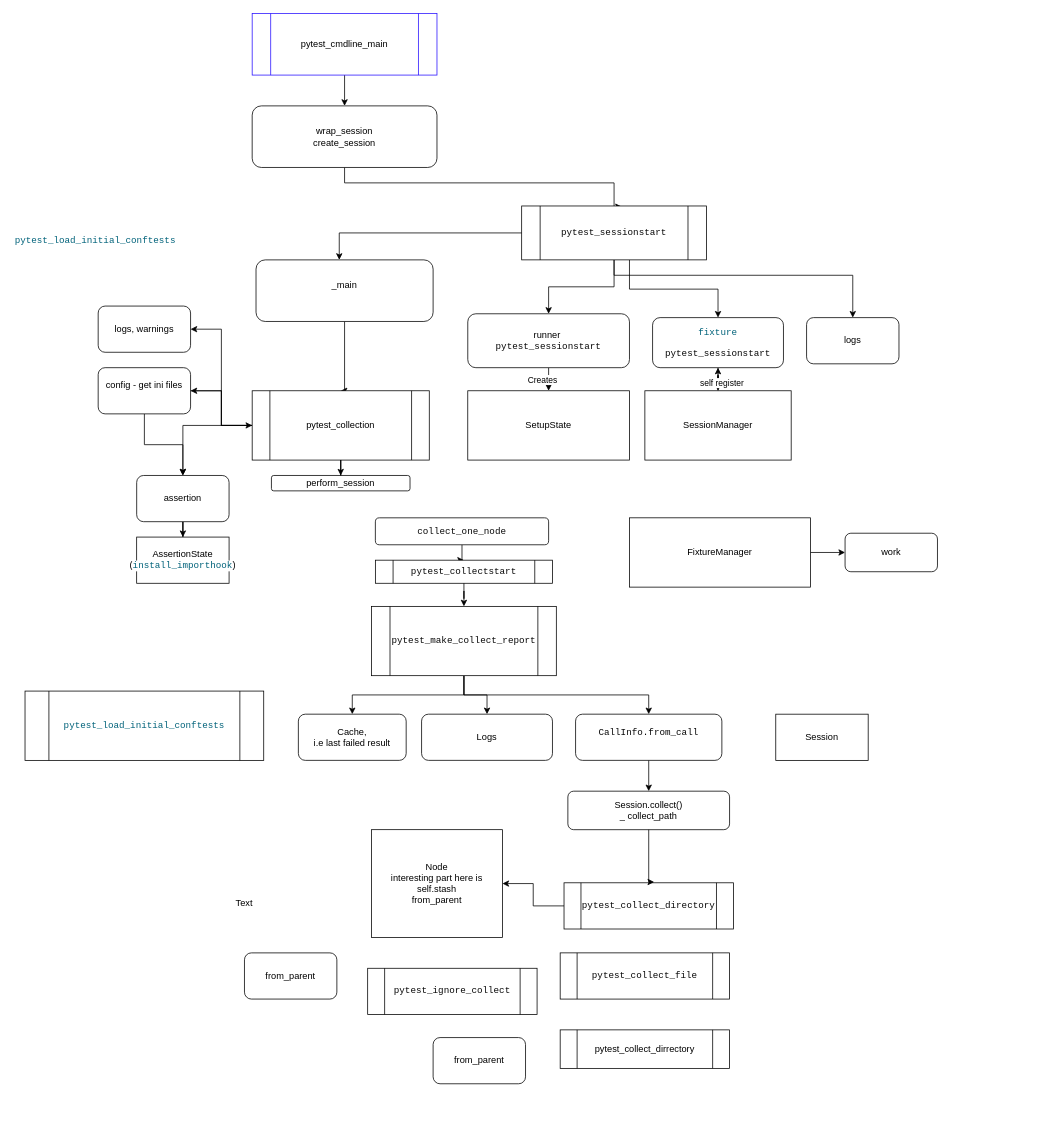
This is Диаграмма без названия.drawio from Tusenka/test, a draw.io file, before an edit. Source tidied: cells renumbered, new cells numbered last; positions are measured from the earlier drawing's top-left corner, leaving out a move shared by most shapes. Both pictures are drawn from the tidied source at 77%, with x=0, y=0 at pixel (13, 13).
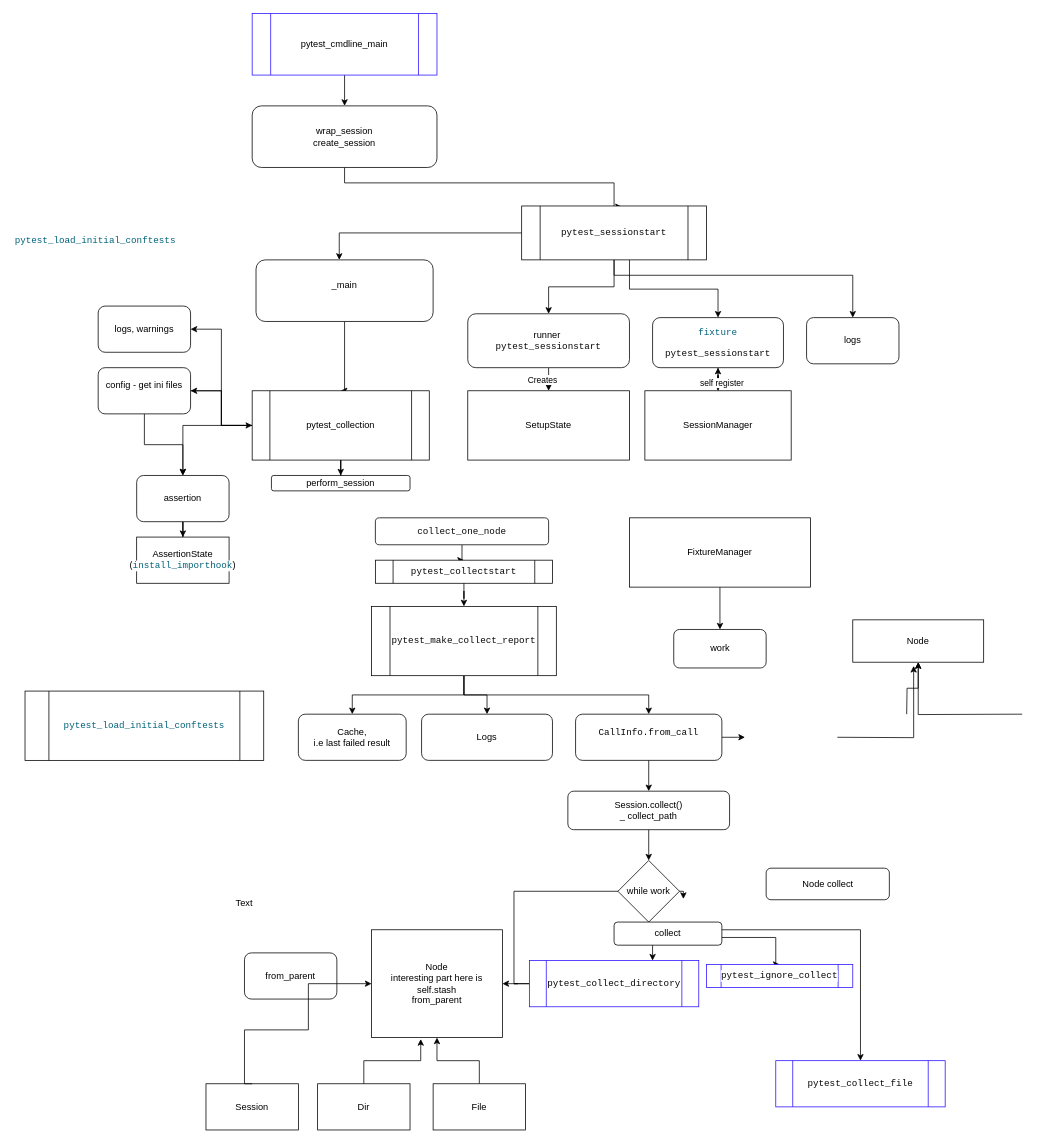
The same diagram, later.

The change refers to these unchanged cells:
```xml
<mxCell id="48" value="&lt;div&gt;&lt;span style=&quot;font-family: &amp;quot;JetBrains Mono&amp;quot;, monospace; background-color: light-dark(rgb(255, 255, 255), rgb(18, 18, 18)); color: light-dark(rgb(8, 8, 8), rgb(230, 230, 230));&quot;&gt;CallInfo.from_call&lt;/span&gt;&lt;/div&gt;&lt;div&gt;&lt;br&gt;&lt;/div&gt;" style="rounded=1;whiteSpace=wrap;html=1;" parent="1" vertex="1">
  <mxGeometry x="730" y="910" width="190" height="60" as="geometry" />
</mxCell>
<mxCell id="54" value="Session.collect()&lt;div&gt;_ collect_path&lt;/div&gt;" style="rounded=1;whiteSpace=wrap;html=1;" parent="1" vertex="1">
  <mxGeometry x="720" y="1010" width="210" height="50" as="geometry" />
</mxCell>
```

Change to the diagram source:
```diff
@@
+    <mxCell id="65" style="edgeStyle=orthogonalEdgeStyle;rounded=0;jettySize=auto;html=1;entryX=0;entryY=0.5;entryDx=0;entryDy=0;" parent="1" edge="1" source="48">
+      <mxGeometry relative="1" as="geometry">
+        <mxPoint x="950" y="940" as="targetPoint" />
+      </mxGeometry>
+    </mxCell>
@@
     <mxCell id="49" value="work" style="rounded=1;whiteSpace=wrap;html=1;" parent="1" vertex="1">
-      <mxGeometry x="1080" y="675" width="120" height="50" as="geometry" />
+      <mxGeometry x="857.5" y="800" width="120" height="50" as="geometry" />
     </mxCell>
@@
-    <mxCell id="53" value="Session" style="rounded=0;whiteSpace=wrap;html=1;" parent="1" vertex="1">
-      <mxGeometry x="990" y="910" width="120" height="60" as="geometry" />
-    </mxCell>
+    <mxCell id="66" style="edgeStyle=orthogonalEdgeStyle;rounded=0;jettySize=auto;html=1;entryX=0.5;entryY=0;entryDx=0;entryDy=0;" parent="1" edge="1" source="54" target="72">
+      <mxGeometry relative="1" as="geometry" />
+    </mxCell>
@@
+    <mxCell id="67" style="edgeStyle=orthogonalEdgeStyle;rounded=0;jettySize=auto;html=1;" parent="1" edge="1" source="56">
+      <mxGeometry relative="1" as="geometry">
+        <mxPoint x="870" y="1150" as="targetPoint" />
+        <Array as="points">
+          <mxPoint x="650" y="1260" />
+          <mxPoint x="650" y="1140" />
+          <mxPoint x="870" y="1140" />
+        </Array>
+      </mxGeometry>
+    </mxCell>
+    <mxCell id="68" style="edgeStyle=orthogonalEdgeStyle;rounded=0;jettySize=auto;html=1;entryX=0.5;entryY=0;entryDx=0;entryDy=0;exitX=0.898;exitY=0.956;exitDx=0;exitDy=0;exitPerimeter=0;" parent="1" edge="1" source="82" target="64">
+      <mxGeometry relative="1" as="geometry">
+        <Array as="points">
+          <mxPoint x="906" y="1200" />
+          <mxPoint x="990" y="1200" />
+          <mxPoint x="990" y="1235" />
+        </Array>
+      </mxGeometry>
+    </mxCell>
-    <mxCell id="56" value="&lt;div style=&quot;background-color:#ffffff;color:#080808&quot;&gt;&lt;pre style=&quot;font-family:'JetBrains Mono',monospace;font-size:9,0pt;&quot;&gt;pytest_collect_directory&lt;/pre&gt;&lt;/div&gt;" style="shape=process;whiteSpace=wrap;html=1;backgroundOutline=1;" parent="1" vertex="1">
-      <mxGeometry x="715" y="1129" width="220" height="60" as="geometry" />
+    <mxCell id="56" value="&lt;div style=&quot;background-color:#ffffff;color:#080808&quot;&gt;&lt;pre style=&quot;font-family:'JetBrains Mono',monospace;font-size:9,0pt;&quot;&gt;pytest_collect_directory&lt;/pre&gt;&lt;/div&gt;" style="shape=process;whiteSpace=wrap;html=1;backgroundOutline=1;strokeColor=#2911FF;" parent="1" vertex="1">
+      <mxGeometry x="670" y="1230" width="220" height="60" as="geometry" />
     </mxCell>
-    <mxCell id="57" value="&lt;div style=&quot;background-color:#ffffff;color:#080808&quot;&gt;&lt;pre style=&quot;font-family:'JetBrains Mono',monospace;font-size:9,0pt;&quot;&gt;pytest_collect_file&lt;/pre&gt;&lt;/div&gt;" style="shape=process;whiteSpace=wrap;html=1;backgroundOutline=1;" parent="1" vertex="1">
-      <mxGeometry x="710" y="1220" width="220" height="60" as="geometry" />
+    <mxCell id="57" value="&lt;div style=&quot;background-color:#ffffff;color:#080808&quot;&gt;&lt;pre style=&quot;font-family:'JetBrains Mono',monospace;font-size:9,0pt;&quot;&gt;pytest_collect_file&lt;/pre&gt;&lt;/div&gt;" style="shape=process;whiteSpace=wrap;html=1;backgroundOutline=1;strokeColor=#2911FF;" parent="1" vertex="1">
+      <mxGeometry x="990" y="1360" width="220" height="60" as="geometry" />
     </mxCell>
@@
-    <mxCell id="59" value="from_parent" style="rounded=1;whiteSpace=wrap;html=1;" parent="1" vertex="1">
-      <mxGeometry x="545" y="1330" width="120" height="60" as="geometry" />
-    </mxCell>
     <mxCell id="60" value="Node&lt;div&gt;interesting part here is self.stash&lt;/div&gt;&lt;div&gt;from_parent&lt;/div&gt;" style="rounded=0;whiteSpace=wrap;html=1;" parent="1" vertex="1">
-      <mxGeometry x="465" y="1060" width="170" height="140" as="geometry" />
+      <mxGeometry x="465" y="1190" width="170" height="140" as="geometry" />
     </mxCell>
@@
-    <mxCell id="62" style="edgeStyle=orthogonalEdgeStyle;rounded=0;jettySize=auto;html=1;entryX=0.532;entryY=-0.017;entryDx=0;entryDy=0;entryPerimeter=0;" parent="1" edge="1" source="54" target="56">
-      <mxGeometry relative="1" as="geometry">
-        <Array as="points">
-          <mxPoint x="825" y="1128" />
-        </Array>
-      </mxGeometry>
-    </mxCell>
-    <mxCell id="63" value="pytest_collect_dirrectory" style="shape=process;whiteSpace=wrap;html=1;backgroundOutline=1;" parent="1" vertex="1">
-      <mxGeometry x="710" y="1320" width="220" height="50" as="geometry" />
-    </mxCell>
-    <mxCell id="64" value="&lt;div style=&quot;background-color: rgb(255, 255, 255); color: rgb(8, 8, 8);&quot;&gt;&lt;pre style=&quot;font-family:'JetBrains Mono',monospace;font-size:9,0pt;&quot;&gt;&lt;pre style=&quot;font-family:'JetBrains Mono',monospace;font-size:9,0pt;&quot;&gt;&lt;div&gt;&lt;pre style=&quot;font-family:'JetBrains Mono',monospace;font-size:9,0pt;&quot;&gt;pytest_ignore_collect&lt;/pre&gt;&lt;/div&gt;&lt;/pre&gt;&lt;/pre&gt;&lt;/div&gt;" style="shape=process;whiteSpace=wrap;html=1;backgroundOutline=1;" parent="1" vertex="1">
-      <mxGeometry x="460" y="1240" width="220" height="60" as="geometry" />
+    <mxCell id="64" value="&lt;div style=&quot;background-color: rgb(255, 255, 255); color: rgb(8, 8, 8);&quot;&gt;&lt;pre style=&quot;font-family:'JetBrains Mono',monospace;font-size:9,0pt;&quot;&gt;&lt;pre style=&quot;font-family:'JetBrains Mono',monospace;font-size:9,0pt;&quot;&gt;&lt;div&gt;&lt;pre style=&quot;font-family:'JetBrains Mono',monospace;font-size:9,0pt;&quot;&gt;pytest_ignore_collect&lt;/pre&gt;&lt;/div&gt;&lt;/pre&gt;&lt;/pre&gt;&lt;/div&gt;" style="shape=process;whiteSpace=wrap;html=1;backgroundOutline=1;strokeColor=#2911FF;" parent="1" vertex="1">
+      <mxGeometry x="900" y="1235" width="190" height="30" as="geometry" />
     </mxCell>
+    <mxCell id="69" value="Node collect" style="rounded=1;whiteSpace=wrap;html=1;" parent="1" vertex="1">
+      <mxGeometry x="977.5" y="1110" width="160" height="41" as="geometry" />
+    </mxCell>
+    <mxCell id="70" style="edgeStyle=orthogonalEdgeStyle;rounded=0;jettySize=auto;html=1;" parent="1" edge="1" source="72" target="56">
+      <mxGeometry relative="1" as="geometry">
+        <Array as="points">
+          <mxPoint x="825" y="1205" />
+          <mxPoint x="830" y="1205" />
+        </Array>
+      </mxGeometry>
+    </mxCell>
+    <mxCell id="71" style="edgeStyle=orthogonalEdgeStyle;rounded=0;jettySize=auto;html=1;entryX=0.5;entryY=0;entryDx=0;entryDy=0;" parent="1" edge="1" source="72" target="57">
+      <mxGeometry relative="1" as="geometry">
+        <Array as="points">
+          <mxPoint x="825" y="1190" />
+          <mxPoint x="1100" y="1190" />
+        </Array>
+      </mxGeometry>
+    </mxCell>
+    <mxCell id="72" value="while work" style="rhombus;whiteSpace=wrap;html=1;" parent="1" vertex="1">
+      <mxGeometry x="785" y="1100" width="80" height="80" as="geometry" />
+    </mxCell>
+    <mxCell id="73" style="edgeStyle=orthogonalEdgeStyle;rounded=0;jettySize=auto;html=1;" parent="1" edge="1" target="75">
+      <mxGeometry relative="1" as="geometry">
+        <mxPoint x="1160" y="910" as="sourcePoint" />
+      </mxGeometry>
+    </mxCell>
+    <mxCell id="74" style="edgeStyle=orthogonalEdgeStyle;rounded=0;jettySize=auto;html=1;entryX=0.5;entryY=1;entryDx=0;entryDy=0;" parent="1" edge="1" target="75">
+      <mxGeometry relative="1" as="geometry">
+        <mxPoint x="1310" y="910" as="sourcePoint" />
+      </mxGeometry>
+    </mxCell>
+    <mxCell id="75" value="Node" style="rounded=0;whiteSpace=wrap;html=1;" parent="1" vertex="1">
+      <mxGeometry x="1090" y="787.5" width="170" height="55" as="geometry" />
+    </mxCell>
+    <mxCell id="76" style="edgeStyle=orthogonalEdgeStyle;rounded=0;jettySize=auto;html=1;entryX=0.465;entryY=1.088;entryDx=0;entryDy=0;entryPerimeter=0;" parent="1" edge="1" target="75">
+      <mxGeometry relative="1" as="geometry">
+        <mxPoint x="1070" y="940" as="sourcePoint" />
+      </mxGeometry>
+    </mxCell>
+    <mxCell id="53" value="Session" style="rounded=0;whiteSpace=wrap;html=1;" parent="1" vertex="1">
+      <mxGeometry x="250" y="1390" width="120" height="60" as="geometry" />
+    </mxCell>
+    <mxCell id="77" value="Dir" style="rounded=0;whiteSpace=wrap;html=1;" parent="1" vertex="1">
+      <mxGeometry x="395" y="1390" width="120" height="60" as="geometry" />
+    </mxCell>
+    <mxCell id="78" style="edgeStyle=orthogonalEdgeStyle;rounded=0;jettySize=auto;html=1;" parent="1" edge="1" source="79" target="60">
+      <mxGeometry relative="1" as="geometry" />
+    </mxCell>
+    <mxCell id="79" value="File" style="rounded=0;whiteSpace=wrap;html=1;" parent="1" vertex="1">
+      <mxGeometry x="545" y="1390" width="120" height="60" as="geometry" />
+    </mxCell>
+    <mxCell id="80" style="edgeStyle=orthogonalEdgeStyle;rounded=0;jettySize=auto;html=1;entryX=0.376;entryY=1.014;entryDx=0;entryDy=0;entryPerimeter=0;" parent="1" edge="1" source="77" target="60">
+      <mxGeometry relative="1" as="geometry" />
+    </mxCell>
+    <mxCell id="81" style="edgeStyle=orthogonalEdgeStyle;rounded=0;jettySize=auto;html=1;entryX=0;entryY=0.5;entryDx=0;entryDy=0;exitX=0.5;exitY=0;exitDx=0;exitDy=0;" parent="1" edge="1" source="53" target="60">
+      <mxGeometry relative="1" as="geometry">
+        <Array as="points">
+          <mxPoint x="300" y="1390" />
+          <mxPoint x="300" y="1320" />
+          <mxPoint x="383" y="1320" />
+          <mxPoint x="383" y="1260" />
+        </Array>
+      </mxGeometry>
+    </mxCell>
+    <mxCell id="82" value="collect" style="rounded=1;whiteSpace=wrap;html=1;" parent="1" vertex="1">
+      <mxGeometry x="780" y="1180" width="140" height="30" as="geometry" />
+    </mxCell>
```
